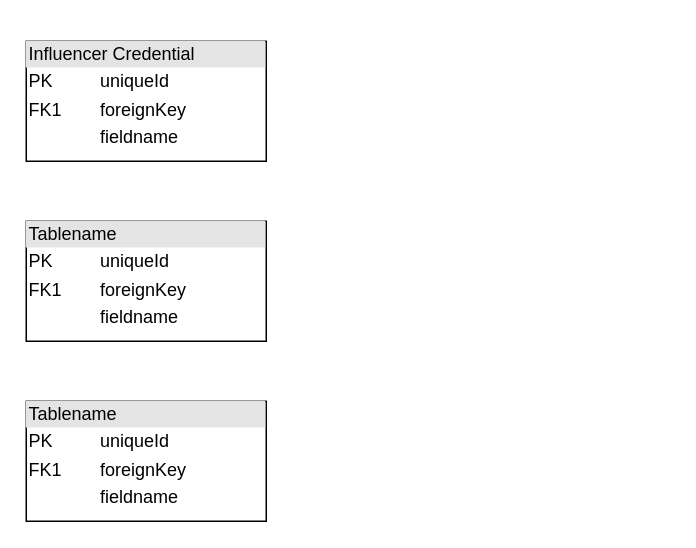
Earlier version of the draw.io diagram Login diagram .drawio (Tan1pawat/Diagram-Design). Source tidied: cells renumbered, new cells numbered last; positions are measured from the earlier drawing's top-left corner, leaving out a move shared by most shapes. Both pictures are drawn from the tidied source at 150%, with x=0, y=0 at pixel (26, 40).
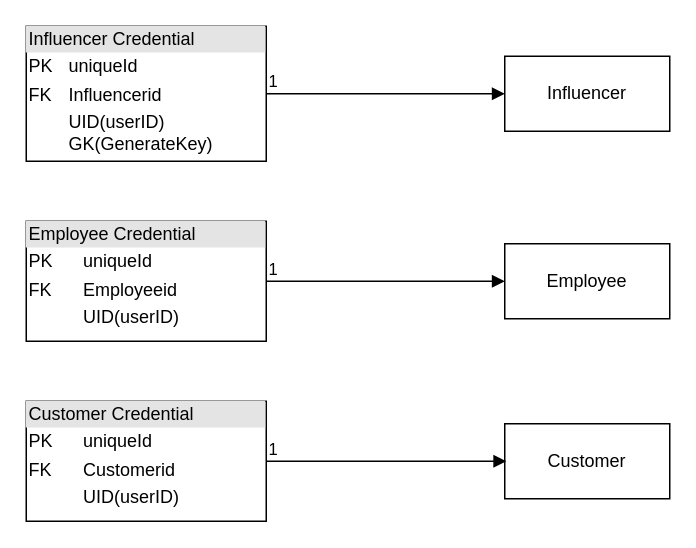
The same page after the edit.

Change to the diagram source:
```diff
@@
 <mxGraphModel>
   <root>
     <mxCell id="0" />
     <mxCell id="1" parent="0" />
-    <mxCell id="2" value="&lt;div style=&quot;box-sizing:border-box;width:100%;background:#e4e4e4;padding:2px;&quot;&gt;Influencer&amp;nbsp;Credential&lt;/div&gt;&lt;table style=&quot;width:100%;font-size:1em;&quot; cellpadding=&quot;2&quot; cellspacing=&quot;0&quot;&gt;&lt;tbody&gt;&lt;tr&gt;&lt;td&gt;PK&lt;/td&gt;&lt;td&gt;uniqueId&lt;/td&gt;&lt;/tr&gt;&lt;tr&gt;&lt;td&gt;FK1&lt;/td&gt;&lt;td&gt;foreignKey&lt;/td&gt;&lt;/tr&gt;&lt;tr&gt;&lt;td&gt;&lt;/td&gt;&lt;td&gt;fieldname&lt;/td&gt;&lt;/tr&gt;&lt;/tbody&gt;&lt;/table&gt;" style="verticalAlign=top;align=left;overflow=fill;html=1;whiteSpace=wrap;" parent="1" vertex="1">
-      <mxGeometry width="160" height="80" as="geometry" />
+    <mxCell id="2" value="&lt;div style=&quot;box-sizing:border-box;width:100%;background:#e4e4e4;padding:2px;&quot;&gt;Influencer&amp;nbsp;Credential&lt;/div&gt;&lt;table style=&quot;width:100%;font-size:1em;&quot; cellpadding=&quot;2&quot; cellspacing=&quot;0&quot;&gt;&lt;tbody&gt;&lt;tr&gt;&lt;td&gt;PK&lt;/td&gt;&lt;td&gt;uniqueId&lt;/td&gt;&lt;/tr&gt;&lt;tr&gt;&lt;td&gt;FK&lt;br&gt;&lt;/td&gt;&lt;td&gt;Influencerid&lt;/td&gt;&lt;/tr&gt;&lt;tr&gt;&lt;td&gt;&lt;/td&gt;&lt;td&gt;UID(userID)&lt;br&gt;GK(GenerateKey)&lt;br&gt;&lt;br&gt;&lt;br&gt;&lt;/td&gt;&lt;/tr&gt;&lt;/tbody&gt;&lt;/table&gt;" style="verticalAlign=top;align=left;overflow=fill;html=1;whiteSpace=wrap;" parent="1" vertex="1">
+      <mxGeometry y="-10" width="160" height="90" as="geometry" />
     </mxCell>
-    <mxCell id="3" value="&lt;div style=&quot;box-sizing:border-box;width:100%;background:#e4e4e4;padding:2px;&quot;&gt;Tablename&lt;/div&gt;&lt;table style=&quot;width:100%;font-size:1em;&quot; cellpadding=&quot;2&quot; cellspacing=&quot;0&quot;&gt;&lt;tr&gt;&lt;td&gt;PK&lt;/td&gt;&lt;td&gt;uniqueId&lt;/td&gt;&lt;/tr&gt;&lt;tr&gt;&lt;td&gt;FK1&lt;/td&gt;&lt;td&gt;foreignKey&lt;/td&gt;&lt;/tr&gt;&lt;tr&gt;&lt;td&gt;&lt;/td&gt;&lt;td&gt;fieldname&lt;/td&gt;&lt;/tr&gt;&lt;/table&gt;" style="verticalAlign=top;align=left;overflow=fill;html=1;whiteSpace=wrap;" parent="1" vertex="1">
+    <mxCell id="3" value="&lt;div style=&quot;box-sizing:border-box;width:100%;background:#e4e4e4;padding:2px;&quot;&gt;Employee Credential&lt;/div&gt;&lt;table style=&quot;width:100%;font-size:1em;&quot; cellpadding=&quot;2&quot; cellspacing=&quot;0&quot;&gt;&lt;tbody&gt;&lt;tr&gt;&lt;td&gt;PK&lt;/td&gt;&lt;td&gt;uniqueId&lt;/td&gt;&lt;/tr&gt;&lt;tr&gt;&lt;td&gt;FK&lt;/td&gt;&lt;td&gt;Employeeid&lt;/td&gt;&lt;/tr&gt;&lt;tr&gt;&lt;td&gt;&lt;/td&gt;&lt;td&gt;UID(userID)&lt;/td&gt;&lt;/tr&gt;&lt;/tbody&gt;&lt;/table&gt;" style="verticalAlign=top;align=left;overflow=fill;html=1;whiteSpace=wrap;" parent="1" vertex="1">
       <mxGeometry y="120" width="160" height="80" as="geometry" />
     </mxCell>
-    <mxCell id="4" value="&lt;div style=&quot;box-sizing:border-box;width:100%;background:#e4e4e4;padding:2px;&quot;&gt;Tablename&lt;/div&gt;&lt;table style=&quot;width:100%;font-size:1em;&quot; cellpadding=&quot;2&quot; cellspacing=&quot;0&quot;&gt;&lt;tr&gt;&lt;td&gt;PK&lt;/td&gt;&lt;td&gt;uniqueId&lt;/td&gt;&lt;/tr&gt;&lt;tr&gt;&lt;td&gt;FK1&lt;/td&gt;&lt;td&gt;foreignKey&lt;/td&gt;&lt;/tr&gt;&lt;tr&gt;&lt;td&gt;&lt;/td&gt;&lt;td&gt;fieldname&lt;/td&gt;&lt;/tr&gt;&lt;/table&gt;" style="verticalAlign=top;align=left;overflow=fill;html=1;whiteSpace=wrap;" parent="1" vertex="1">
+    <mxCell id="4" value="&lt;div style=&quot;box-sizing:border-box;width:100%;background:#e4e4e4;padding:2px;&quot;&gt;Customer Credential&lt;br&gt;&lt;/div&gt;&lt;table style=&quot;width:100%;font-size:1em;&quot; cellpadding=&quot;2&quot; cellspacing=&quot;0&quot;&gt;&lt;tbody&gt;&lt;tr&gt;&lt;td&gt;PK&lt;/td&gt;&lt;td&gt;uniqueId&lt;/td&gt;&lt;/tr&gt;&lt;tr&gt;&lt;td&gt;FK&lt;/td&gt;&lt;td&gt;Customerid&lt;/td&gt;&lt;/tr&gt;&lt;tr&gt;&lt;td&gt;&lt;/td&gt;&lt;td&gt;UID(userID)&lt;/td&gt;&lt;/tr&gt;&lt;/tbody&gt;&lt;/table&gt;" style="verticalAlign=top;align=left;overflow=fill;html=1;whiteSpace=wrap;" parent="1" vertex="1">
       <mxGeometry y="240" width="160" height="80" as="geometry" />
     </mxCell>
+    <mxCell id="5" value="Influencer" style="html=1;whiteSpace=wrap;" parent="1" vertex="1">
+      <mxGeometry x="319" y="10" width="110" height="50" as="geometry" />
+    </mxCell>
+    <mxCell id="6" value="Employee" style="html=1;whiteSpace=wrap;" parent="1" vertex="1">
+      <mxGeometry x="319" y="135" width="110" height="50" as="geometry" />
+    </mxCell>
+    <mxCell id="7" value="Customer" style="html=1;whiteSpace=wrap;" parent="1" vertex="1">
+      <mxGeometry x="319" y="255" width="110" height="50" as="geometry" />
+    </mxCell>
+    <mxCell id="8" style="endArrow=block;endFill=1;html=1;edgeStyle=orthogonalEdgeStyle;align=left;verticalAlign=top;rounded=0;" parent="1" edge="1">
+      <mxGeometry x="-1" relative="1" as="geometry">
+        <mxPoint x="160" y="280" as="sourcePoint" />
+        <mxPoint x="320" y="280" as="targetPoint" />
+      </mxGeometry>
+    </mxCell>
+    <mxCell id="9" value="1" style="edgeLabel;html=1;align=left;verticalAlign=bottom;" parent="8" vertex="1">
+      <mxGeometry x="-1" relative="1" as="geometry" />
+    </mxCell>
+    <mxCell id="10" style="endArrow=block;endFill=1;html=1;edgeStyle=orthogonalEdgeStyle;align=left;verticalAlign=top;rounded=0;exitX=1;exitY=0.5;exitDx=0;exitDy=0;" parent="1" edge="1" source="3" target="6">
+      <mxGeometry x="-1" relative="1" as="geometry" />
+    </mxCell>
+    <mxCell id="11" value="1" style="edgeLabel;html=1;align=left;verticalAlign=bottom;" parent="10" vertex="1">
+      <mxGeometry x="-1" relative="1" as="geometry" />
+    </mxCell>
+    <mxCell id="12" style="endArrow=block;endFill=1;html=1;edgeStyle=orthogonalEdgeStyle;align=left;verticalAlign=top;rounded=0;exitX=1;exitY=0.5;exitDx=0;exitDy=0;" parent="1" edge="1" source="2">
+      <mxGeometry x="-1" relative="1" as="geometry">
+        <mxPoint x="319" y="35" as="targetPoint" />
+      </mxGeometry>
+    </mxCell>
+    <mxCell id="13" value="1" style="edgeLabel;html=1;align=left;verticalAlign=bottom;" parent="12" vertex="1">
+      <mxGeometry x="-1" relative="1" as="geometry" />
+    </mxCell>
   </root>
 </mxGraphModel>
```
